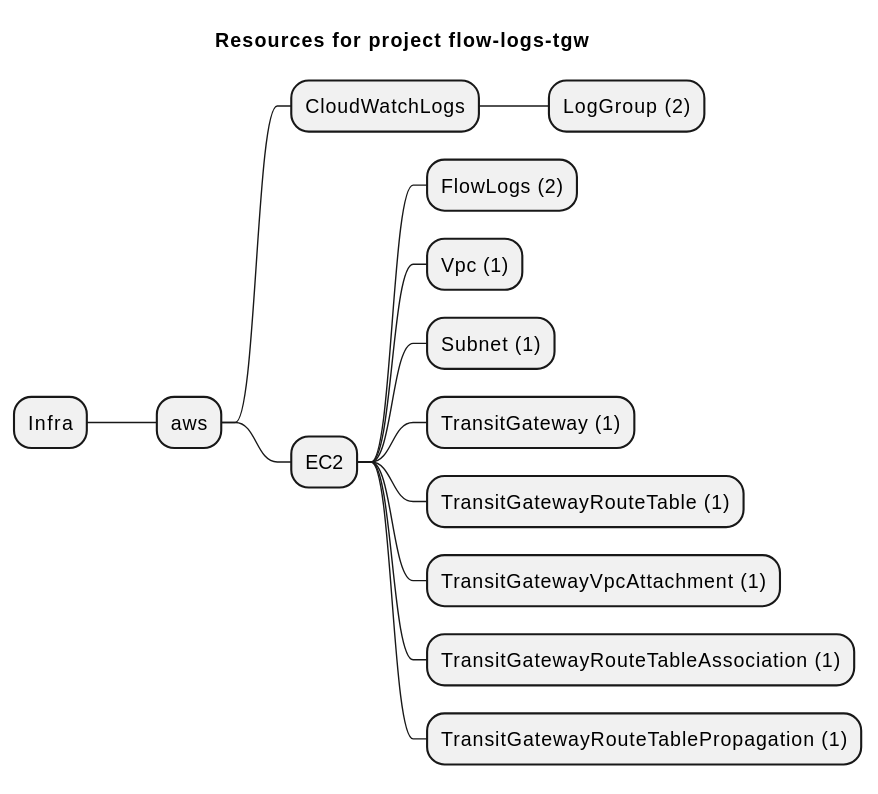
Before: examples/aws/EC2/flow-logs/flow-logs-tgw/artifacts/resources-mindmap.svg, a diagram exported from PlantUML (grucloud/grucloud). Its diagram source:
```plantuml
@startmindmap
title Resources for project flow-logs-tgw
skinparam monochrome true
+ Infra
++ aws
+++ CloudWatchLogs
++++ LogGroup (2)
+++ EC2
++++ FlowLogs (2)
++++ Vpc (1)
++++ Subnet (1)
++++ TransitGateway (1)
++++ TransitGatewayRouteTable (1)
++++ TransitGatewayVpcAttachment (1)
++++ TransitGatewayRouteTableAssociation (1)
++++ TransitGatewayRouteTablePropagation (1)
@endmindmap
```
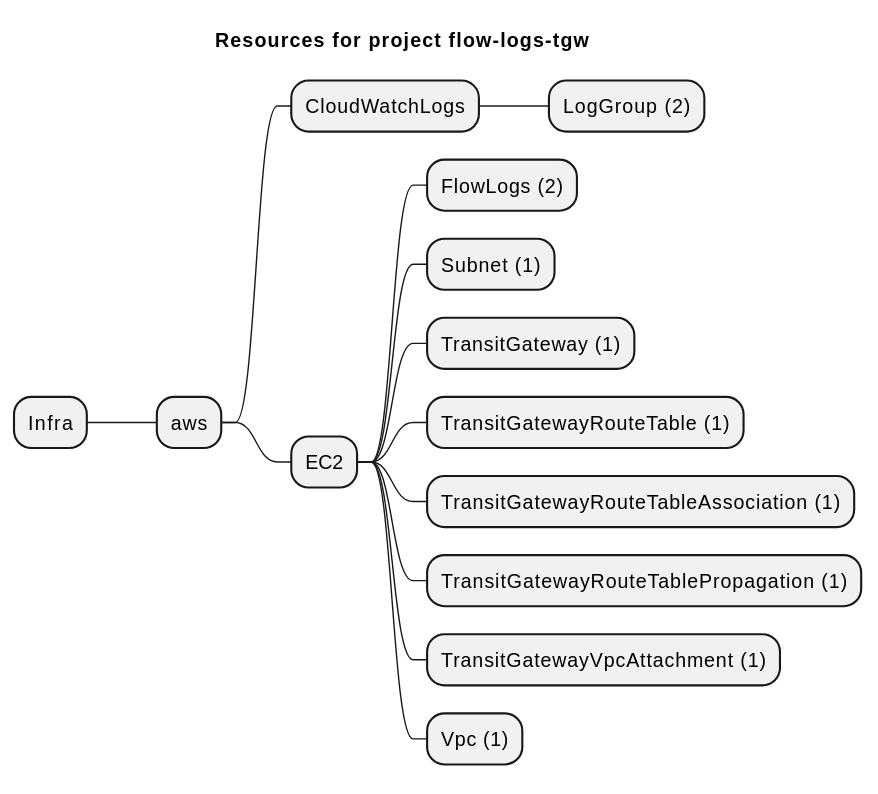
After the commit.

What changed in the source:
```diff
@@ -7,11 +7,11 @@
 ++++ LogGroup (2)
 +++ EC2
 ++++ FlowLogs (2)
-++++ Vpc (1)
 ++++ Subnet (1)
 ++++ TransitGateway (1)
 ++++ TransitGatewayRouteTable (1)
-++++ TransitGatewayVpcAttachment (1)
 ++++ TransitGatewayRouteTableAssociation (1)
 ++++ TransitGatewayRouteTablePropagation (1)
+++++ TransitGatewayVpcAttachment (1)
+++++ Vpc (1)
 @endmindmap
```
